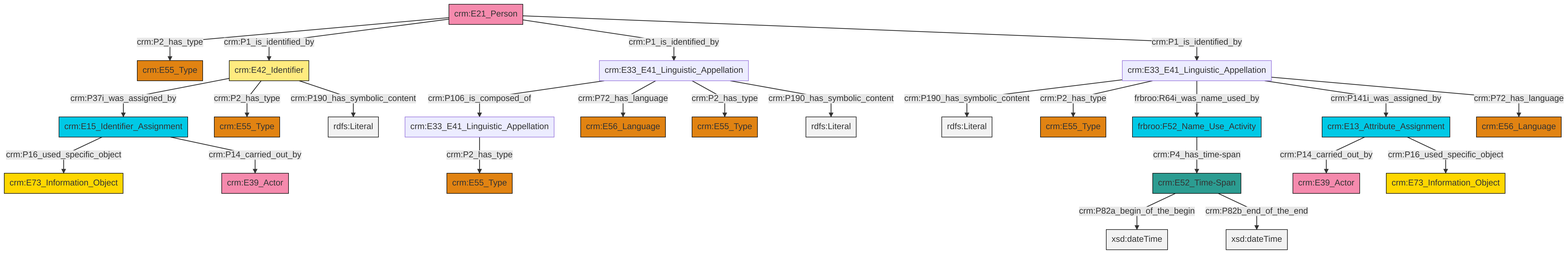
Earlier version of the Mermaid export et/personCSV/ttl/mmd/png/Person_Names_and_Classification.png (swiss-art-research-net/docs.swissartresearch). Its source is kept beside it as et/personCSV/ttl/mmd/Person_Names_and_Classification.ttl.mmd.
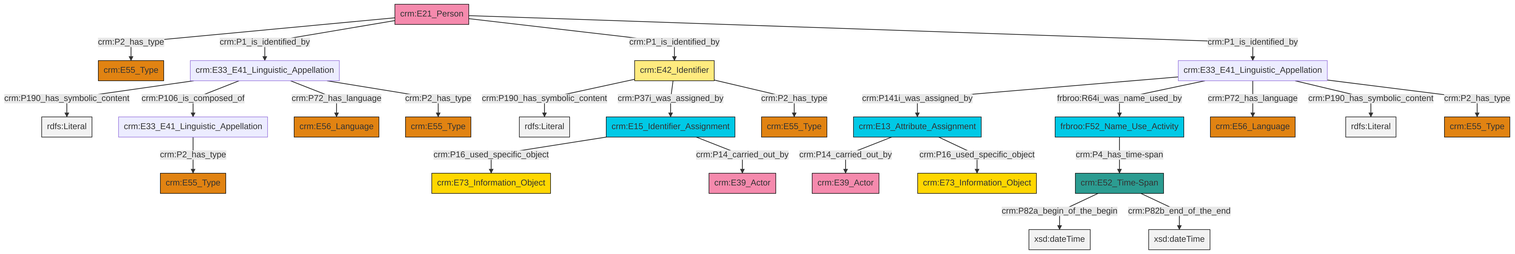
The same diagram one commit later.

Change to the diagram source:
```diff
@@ -13,27 +13,27 @@
 classDef PC_Classes fill:#4ce600, stroke:#000000;
 classDef Multi fill:#cccccc,stroke:#000000;
 
-0["crm:E33_E41_Linguistic_Appellation"]:::Default -->|crm:P106_is_composed_of| 1["crm:E33_E41_Linguistic_Appellation"]:::Default
-0["crm:E33_E41_Linguistic_Appellation"]:::Default -->|crm:P72_has_language| 2["crm:E56_Language"]:::Type
-3["frbroo:F52_Name_Use_Activity"]:::Temporal_Entity -->|crm:P4_has_time-span| 4["crm:E52_Time-Span"]:::Time-Span
-4["crm:E52_Time-Span"]:::Time-Span -->|crm:P82a_begin_of_the_begin| 5[xsd:dateTime]:::Literal
-8["crm:E42_Identifier"]:::Appellation -->|crm:P37i_was_assigned_by| 9["crm:E15_Identifier_Assignment"]:::Temporal_Entity
-12["crm:E33_E41_Linguistic_Appellation"]:::Default -->|crm:P190_has_symbolic_content| 13[rdfs:Literal]:::Literal
-16["crm:E13_Attribute_Assignment"]:::Temporal_Entity -->|crm:P14_carried_out_by| 17["crm:E39_Actor"]:::Actor
-20["crm:E21_Person"]:::Actor -->|crm:P2_has_type| 22["crm:E55_Type"]:::Type
-8["crm:E42_Identifier"]:::Appellation -->|crm:P2_has_type| 26["crm:E55_Type"]:::Type
-12["crm:E33_E41_Linguistic_Appellation"]:::Default -->|crm:P2_has_type| 27["crm:E55_Type"]:::Type
-16["crm:E13_Attribute_Assignment"]:::Temporal_Entity -->|crm:P16_used_specific_object| 28["crm:E73_Information_Object"]:::Conceptual_Object
-4["crm:E52_Time-Span"]:::Time-Span -->|crm:P82b_end_of_the_end| 30[xsd:dateTime]:::Literal
-12["crm:E33_E41_Linguistic_Appellation"]:::Default -->|frbroo:R64i_was_name_used_by| 3["frbroo:F52_Name_Use_Activity"]:::Temporal_Entity
-9["crm:E15_Identifier_Assignment"]:::Temporal_Entity -->|crm:P16_used_specific_object| 10["crm:E73_Information_Object"]:::Conceptual_Object
-12["crm:E33_E41_Linguistic_Appellation"]:::Default -->|crm:P141i_was_assigned_by| 16["crm:E13_Attribute_Assignment"]:::Temporal_Entity
-12["crm:E33_E41_Linguistic_Appellation"]:::Default -->|crm:P72_has_language| 33["crm:E56_Language"]:::Type
-1["crm:E33_E41_Linguistic_Appellation"]:::Default -->|crm:P2_has_type| 31["crm:E55_Type"]:::Type
-8["crm:E42_Identifier"]:::Appellation -->|crm:P190_has_symbolic_content| 36[rdfs:Literal]:::Literal
-20["crm:E21_Person"]:::Actor -->|crm:P1_is_identified_by| 8["crm:E42_Identifier"]:::Appellation
-9["crm:E15_Identifier_Assignment"]:::Temporal_Entity -->|crm:P14_carried_out_by| 23["crm:E39_Actor"]:::Actor
-20["crm:E21_Person"]:::Actor -->|crm:P1_is_identified_by| 0["crm:E33_E41_Linguistic_Appellation"]:::Default
-0["crm:E33_E41_Linguistic_Appellation"]:::Default -->|crm:P2_has_type| 40["crm:E55_Type"]:::Type
-20["crm:E21_Person"]:::Actor -->|crm:P1_is_identified_by| 12["crm:E33_E41_Linguistic_Appellation"]:::Default
-0["crm:E33_E41_Linguistic_Appellation"]:::Default -->|crm:P190_has_symbolic_content| 46[rdfs:Literal]:::Literal
+6["crm:E42_Identifier"]:::Appellation -->|crm:P190_has_symbolic_content| 7[rdfs:Literal]:::Literal
+8["crm:E33_E41_Linguistic_Appellation"]:::Default -->|crm:P2_has_type| 9["crm:E55_Type"]:::Type
+12["crm:E13_Attribute_Assignment"]:::Temporal_Entity -->|crm:P14_carried_out_by| 4["crm:E39_Actor"]:::Actor
+12["crm:E13_Attribute_Assignment"]:::Temporal_Entity -->|crm:P16_used_specific_object| 0["crm:E73_Information_Object"]:::Conceptual_Object
+16["crm:E15_Identifier_Assignment"]:::Temporal_Entity -->|crm:P16_used_specific_object| 17["crm:E73_Information_Object"]:::Conceptual_Object
+18["crm:E21_Person"]:::Actor -->|crm:P2_has_type| 19["crm:E55_Type"]:::Type
+18["crm:E21_Person"]:::Actor -->|crm:P1_is_identified_by| 20["crm:E33_E41_Linguistic_Appellation"]:::Default
+20["crm:E33_E41_Linguistic_Appellation"]:::Default -->|crm:P190_has_symbolic_content| 23[rdfs:Literal]:::Literal
+16["crm:E15_Identifier_Assignment"]:::Temporal_Entity -->|crm:P14_carried_out_by| 24["crm:E39_Actor"]:::Actor
+2["crm:E33_E41_Linguistic_Appellation"]:::Default -->|crm:P141i_was_assigned_by| 12["crm:E13_Attribute_Assignment"]:::Temporal_Entity
+2["crm:E33_E41_Linguistic_Appellation"]:::Default -->|frbroo:R64i_was_name_used_by| 10["frbroo:F52_Name_Use_Activity"]:::Temporal_Entity
+2["crm:E33_E41_Linguistic_Appellation"]:::Default -->|crm:P72_has_language| 13["crm:E56_Language"]:::Type
+18["crm:E21_Person"]:::Actor -->|crm:P1_is_identified_by| 6["crm:E42_Identifier"]:::Appellation
+6["crm:E42_Identifier"]:::Appellation -->|crm:P37i_was_assigned_by| 16["crm:E15_Identifier_Assignment"]:::Temporal_Entity
+20["crm:E33_E41_Linguistic_Appellation"]:::Default -->|crm:P106_is_composed_of| 8["crm:E33_E41_Linguistic_Appellation"]:::Default
+21["crm:E52_Time-Span"]:::Time-Span -->|crm:P82a_begin_of_the_begin| 37[xsd:dateTime]:::Literal
+20["crm:E33_E41_Linguistic_Appellation"]:::Default -->|crm:P72_has_language| 32["crm:E56_Language"]:::Type
+18["crm:E21_Person"]:::Actor -->|crm:P1_is_identified_by| 2["crm:E33_E41_Linguistic_Appellation"]:::Default
+2["crm:E33_E41_Linguistic_Appellation"]:::Default -->|crm:P190_has_symbolic_content| 40[rdfs:Literal]:::Literal
+2["crm:E33_E41_Linguistic_Appellation"]:::Default -->|crm:P2_has_type| 42["crm:E55_Type"]:::Type
+6["crm:E42_Identifier"]:::Appellation -->|crm:P2_has_type| 29["crm:E55_Type"]:::Type
+21["crm:E52_Time-Span"]:::Time-Span -->|crm:P82b_end_of_the_end| 44[xsd:dateTime]:::Literal
+10["frbroo:F52_Name_Use_Activity"]:::Temporal_Entity -->|crm:P4_has_time-span| 21["crm:E52_Time-Span"]:::Time-Span
+20["crm:E33_E41_Linguistic_Appellation"]:::Default -->|crm:P2_has_type| 25["crm:E55_Type"]:::Type
```
